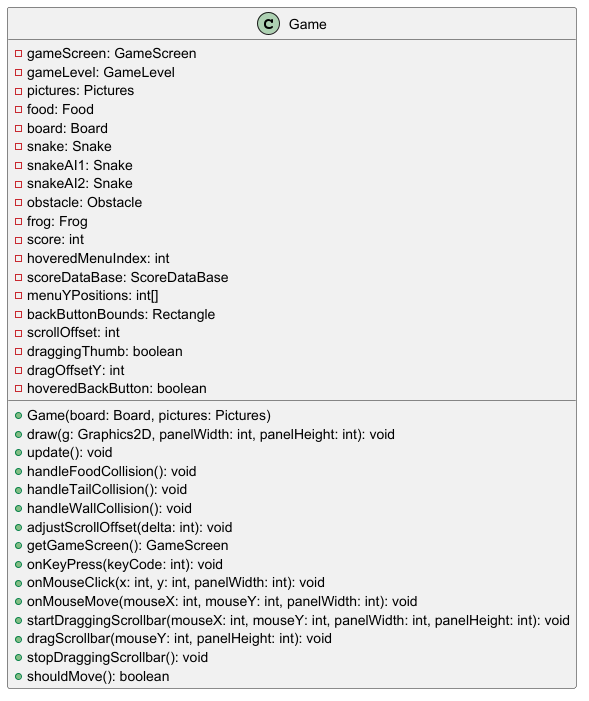
Above: src/snake/UML/Game.png in DominikDerkacz/Snake (PlantUML), before the change. The source it was exported from:
```plantuml
@startuml Game
class Game {
  - gameScreen: GameScreen
  - gameLevel: GameLevel
  - pictures: Pictures
  - food: Food
  - board: Board
  - snake: Snake
  - snakeAI1: Snake
  - snakeAI2: Snake
  - obstacle: Obstacle
  - frog: Frog
  - score: int
  - hoveredMenuIndex: int
  - scoreDataBase: ScoreDataBase
  - menuYPositions: int[]
  - backButtonBounds: Rectangle
  - scrollOffset: int
  - draggingThumb: boolean
  - dragOffsetY: int
  - hoveredBackButton: boolean

  + Game(board: Board, pictures: Pictures)
  + draw(g: Graphics2D, panelWidth: int, panelHeight: int): void
  + update(): void
  + handleFoodCollision(): void
  + handleTailCollision(): void
  + handleWallCollision(): void
  + adjustScrollOffset(delta: int): void
  + getGameScreen(): GameScreen
  + onKeyPress(keyCode: int): void
  + onMouseClick(x: int, y: int, panelWidth: int): void
  + onMouseMove(mouseX: int, mouseY: int, panelWidth: int): void
  + startDraggingScrollbar(mouseX: int, mouseY: int, panelWidth: int, panelHeight: int): void
  + dragScrollbar(mouseY: int, panelHeight: int): void
  + stopDraggingScrollbar(): void
  + shouldMove(): boolean
}
@enduml
```
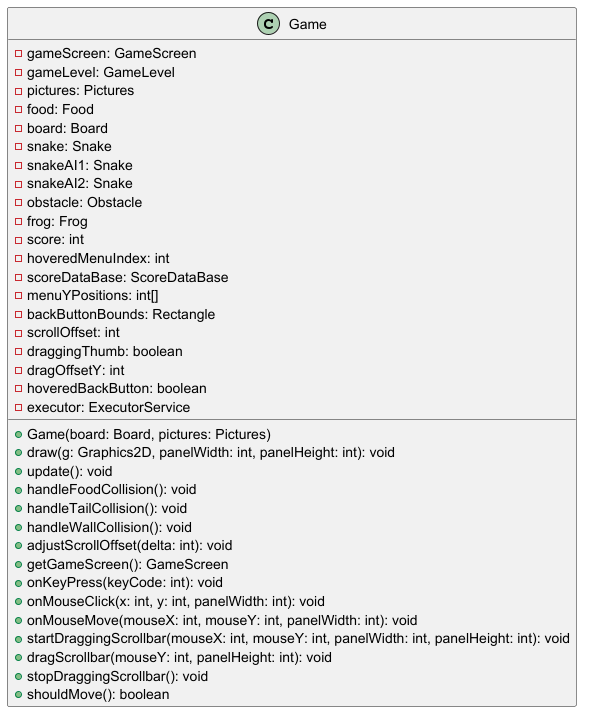
Later version of the same file.

Commit message:
AKTUALIZACJA DIAGRAMÓW

Diff of the diagram source:
```diff
@@ -19,6 +19,7 @@
   - draggingThumb: boolean
   - dragOffsetY: int
   - hoveredBackButton: boolean
+  - executor: ExecutorService
 
   + Game(board: Board, pictures: Pictures)
   + draw(g: Graphics2D, panelWidth: int, panelHeight: int): void
```
